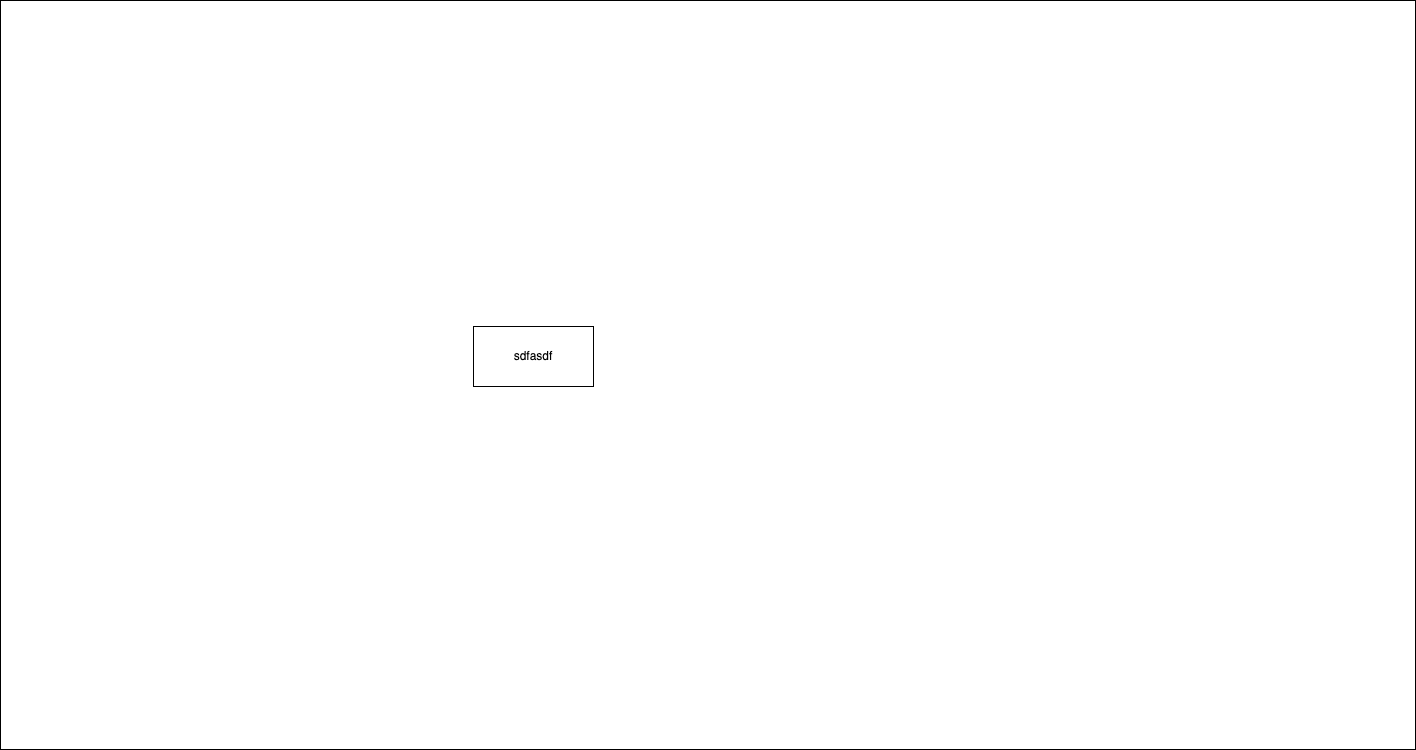
mukeshsingal/draw.io keeps this draw.io diagram as PasteBin.drawio.png. Above is the earlier version. Source tidied: cells renumbered, new cells last; positions are measured from the earlier drawing's top-left corner, leaving out a move shared by most shapes.
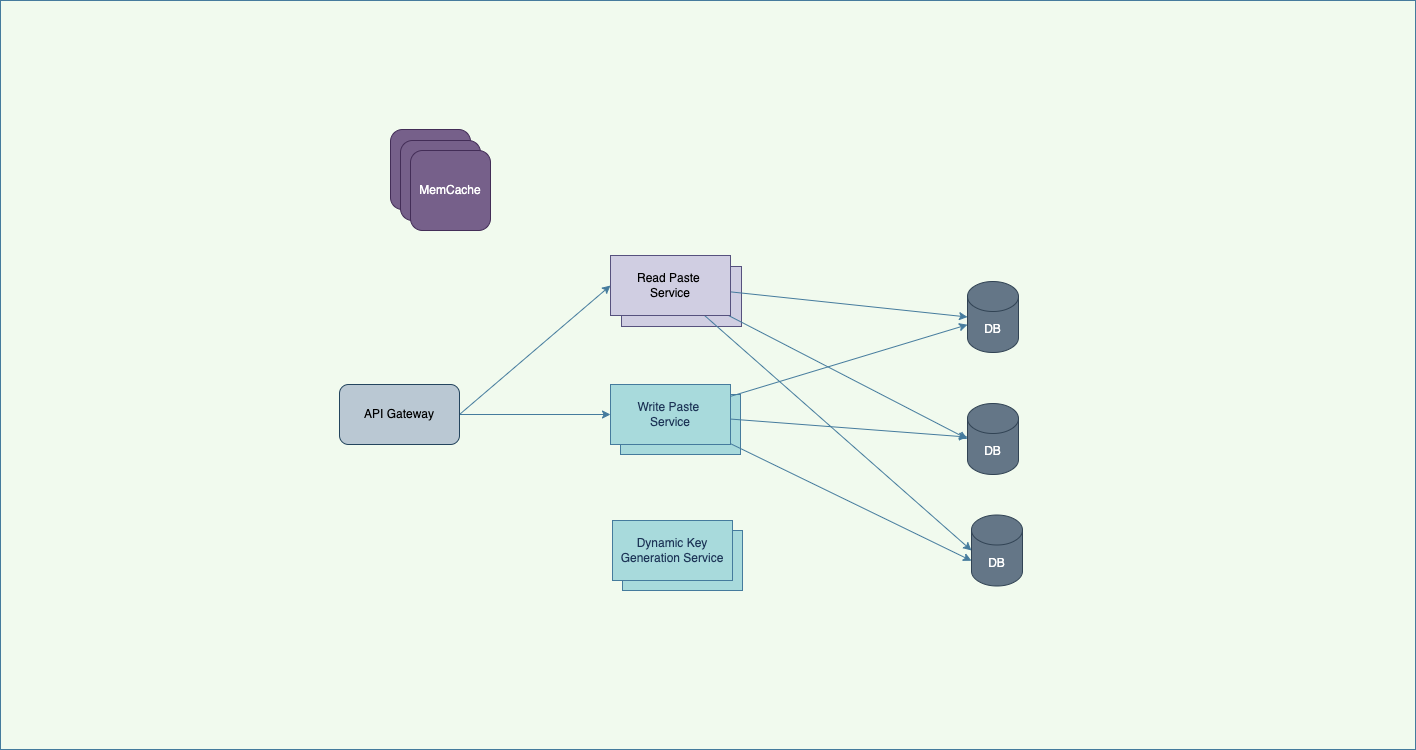
After the commit.

Diff of the diagram source:
```diff
@@ -1,12 +1,75 @@
-<mxGraphModel>
+<mxGraphModel background="#F1FAEE">
   <root>
     <mxCell id="0" />
     <mxCell id="1" parent="0" />
+    <mxCell id="4" value="Dynamic Key Generation Service" style="rounded=0;whiteSpace=wrap;html=1;fillColor=#A8DADC;strokeColor=#457B9D;fontColor=#1D3557;" parent="1" vertex="1">
+      <mxGeometry x="619" y="473" width="120" height="60" as="geometry" />
+    </mxCell>
+    <mxCell id="5" value="Write Paste &lt;br&gt;Service" style="rounded=0;whiteSpace=wrap;html=1;fillColor=#A8DADC;strokeColor=#457B9D;fontColor=#1D3557;" parent="1" vertex="1">
+      <mxGeometry x="617" y="337" width="120" height="60" as="geometry" />
+    </mxCell>
+    <mxCell id="6" style="rounded=0;whiteSpace=wrap;html=1;fillColor=#d0cee2;strokeColor=#56517e;" parent="1" vertex="1">
+      <mxGeometry x="618" y="209" width="120" height="60" as="geometry" />
+    </mxCell>
-    <mxCell id="2" style="rounded=0;whiteSpace=wrap;html=1;gradientColor=none;" parent="1" vertex="1">
-      <mxGeometry width="1415" height="749" as="geometry" />
+    <mxCell id="2" style="rounded=0;whiteSpace=wrap;html=1;fillColor=none;strokeColor=#457B9D;fontColor=#1D3557;" parent="1" vertex="1">
+      <mxGeometry x="-3" y="-57" width="1415" height="749" as="geometry" />
     </mxCell>
-    <mxCell id="3" value="sdfasdf" style="rounded=0;whiteSpace=wrap;html=1;gradientColor=none;" parent="1" vertex="1">
-      <mxGeometry x="473" y="326" width="120" height="60" as="geometry" />
+    <mxCell id="3" value="Dynamic Key Generation Service" style="rounded=0;whiteSpace=wrap;html=1;fillColor=#A8DADC;strokeColor=#457B9D;fontColor=#1D3557;" parent="1" vertex="1">
+      <mxGeometry x="609" y="463" width="120" height="60" as="geometry" />
     </mxCell>
+    <mxCell id="7" style="edgeStyle=none;rounded=0;jettySize=auto;html=1;fontColor=#1D3557;strokeColor=#457B9D;fillColor=#A8DADC;" parent="1" edge="1" source="10" target="20">
+      <mxGeometry relative="1" as="geometry" />
+    </mxCell>
+    <mxCell id="8" style="edgeStyle=none;rounded=0;jettySize=auto;html=1;fontColor=#1D3557;strokeColor=#457B9D;fillColor=#A8DADC;" parent="1" edge="1" source="10" target="19">
+      <mxGeometry relative="1" as="geometry" />
+    </mxCell>
+    <mxCell id="9" style="edgeStyle=none;rounded=0;jettySize=auto;html=1;entryX=0;entryY=0;entryDx=0;entryDy=45.75;entryPerimeter=0;fontColor=#1D3557;strokeColor=#457B9D;fillColor=#A8DADC;" parent="1" edge="1" source="10" target="21">
+      <mxGeometry relative="1" as="geometry" />
+    </mxCell>
+    <mxCell id="10" value="Write Paste &lt;br&gt;Service" style="rounded=0;whiteSpace=wrap;html=1;fillColor=#A8DADC;strokeColor=#457B9D;fontColor=#1D3557;" parent="1" vertex="1">
+      <mxGeometry x="607" y="327" width="120" height="60" as="geometry" />
+    </mxCell>
+    <mxCell id="11" style="edgeStyle=none;rounded=0;jettySize=auto;html=1;entryX=0;entryY=0.5;entryDx=0;entryDy=0;entryPerimeter=0;fontColor=#1D3557;strokeColor=#457B9D;fillColor=#A8DADC;" parent="1" edge="1" source="14" target="19">
+      <mxGeometry relative="1" as="geometry" />
+    </mxCell>
+    <mxCell id="12" style="edgeStyle=none;rounded=0;jettySize=auto;html=1;entryX=0;entryY=0.5;entryDx=0;entryDy=0;entryPerimeter=0;fontColor=#1D3557;strokeColor=#457B9D;fillColor=#A8DADC;" parent="1" edge="1" source="14" target="20">
+      <mxGeometry relative="1" as="geometry" />
+    </mxCell>
+    <mxCell id="13" style="edgeStyle=none;rounded=0;jettySize=auto;html=1;entryX=0;entryY=0.5;entryDx=0;entryDy=0;entryPerimeter=0;fontColor=#1D3557;strokeColor=#457B9D;fillColor=#A8DADC;" parent="1" edge="1" source="14" target="21">
+      <mxGeometry relative="1" as="geometry" />
+    </mxCell>
+    <mxCell id="14" value="Read Paste &lt;br&gt;Service" style="rounded=0;whiteSpace=wrap;html=1;fillColor=#d0cee2;strokeColor=#56517e;" parent="1" vertex="1">
+      <mxGeometry x="607" y="198" width="120" height="60" as="geometry" />
+    </mxCell>
+    <mxCell id="15" style="rounded=0;jettySize=auto;html=1;entryX=0;entryY=0.5;entryDx=0;entryDy=0;fontColor=#1D3557;strokeColor=#457B9D;fillColor=#A8DADC;exitX=1;exitY=0.5;exitDx=0;exitDy=0;" parent="1" edge="1" source="17" target="14">
+      <mxGeometry relative="1" as="geometry" />
+    </mxCell>
+    <mxCell id="16" style="edgeStyle=none;rounded=0;jettySize=auto;html=1;fontColor=#1D3557;strokeColor=#457B9D;fillColor=#A8DADC;" parent="1" edge="1" source="17" target="10">
+      <mxGeometry relative="1" as="geometry" />
+    </mxCell>
+    <mxCell id="17" value="API Gateway" style="rounded=1;whiteSpace=wrap;html=1;fillColor=#bac8d3;strokeColor=#23445d;" parent="1" vertex="1">
+      <mxGeometry x="336" y="327" width="120" height="60" as="geometry" />
+    </mxCell>
+    <mxCell id="18" value="Dynamic Key Generation Service" style="rounded=0;whiteSpace=wrap;html=1;fillColor=#A8DADC;strokeColor=#457B9D;fontColor=#1D3557;" parent="1" vertex="1">
+      <mxGeometry x="609" y="463" width="120" height="60" as="geometry" />
+    </mxCell>
+    <mxCell id="19" value="DB" style="shape=cylinder3;whiteSpace=wrap;html=1;boundedLbl=1;backgroundOutline=1;size=15;rounded=1;strokeColor=#314354;fillColor=#647687;fontColor=#ffffff;" parent="1" vertex="1">
+      <mxGeometry x="964" y="224" width="51" height="71" as="geometry" />
+    </mxCell>
+    <mxCell id="20" value="DB" style="shape=cylinder3;whiteSpace=wrap;html=1;boundedLbl=1;backgroundOutline=1;size=15;rounded=1;strokeColor=#314354;fillColor=#647687;fontColor=#ffffff;" parent="1" vertex="1">
+      <mxGeometry x="964" y="346" width="51" height="71" as="geometry" />
+    </mxCell>
+    <mxCell id="21" value="DB" style="shape=cylinder3;whiteSpace=wrap;html=1;boundedLbl=1;backgroundOutline=1;size=15;rounded=1;strokeColor=#314354;fillColor=#647687;fontColor=#ffffff;" parent="1" vertex="1">
+      <mxGeometry x="968" y="457.5" width="51" height="71" as="geometry" />
+    </mxCell>
+    <mxCell id="22" value="MemCache" style="whiteSpace=wrap;html=1;rounded=1;fontColor=#ffffff;strokeColor=#432D57;fillColor=#76608a;" parent="1" vertex="1">
+      <mxGeometry x="387" y="72" width="80" height="80" as="geometry" />
+    </mxCell>
+    <mxCell id="23" value="MemCache" style="whiteSpace=wrap;html=1;rounded=1;fontColor=#ffffff;strokeColor=#432D57;fillColor=#76608a;" parent="1" vertex="1">
+      <mxGeometry x="397" y="83" width="80" height="80" as="geometry" />
+    </mxCell>
+    <mxCell id="24" value="MemCache" style="whiteSpace=wrap;html=1;rounded=1;fontColor=#ffffff;strokeColor=#432D57;fillColor=#76608a;" parent="1" vertex="1">
+      <mxGeometry x="407" y="93" width="80" height="80" as="geometry" />
+    </mxCell>
   </root>
 </mxGraphModel>
```
